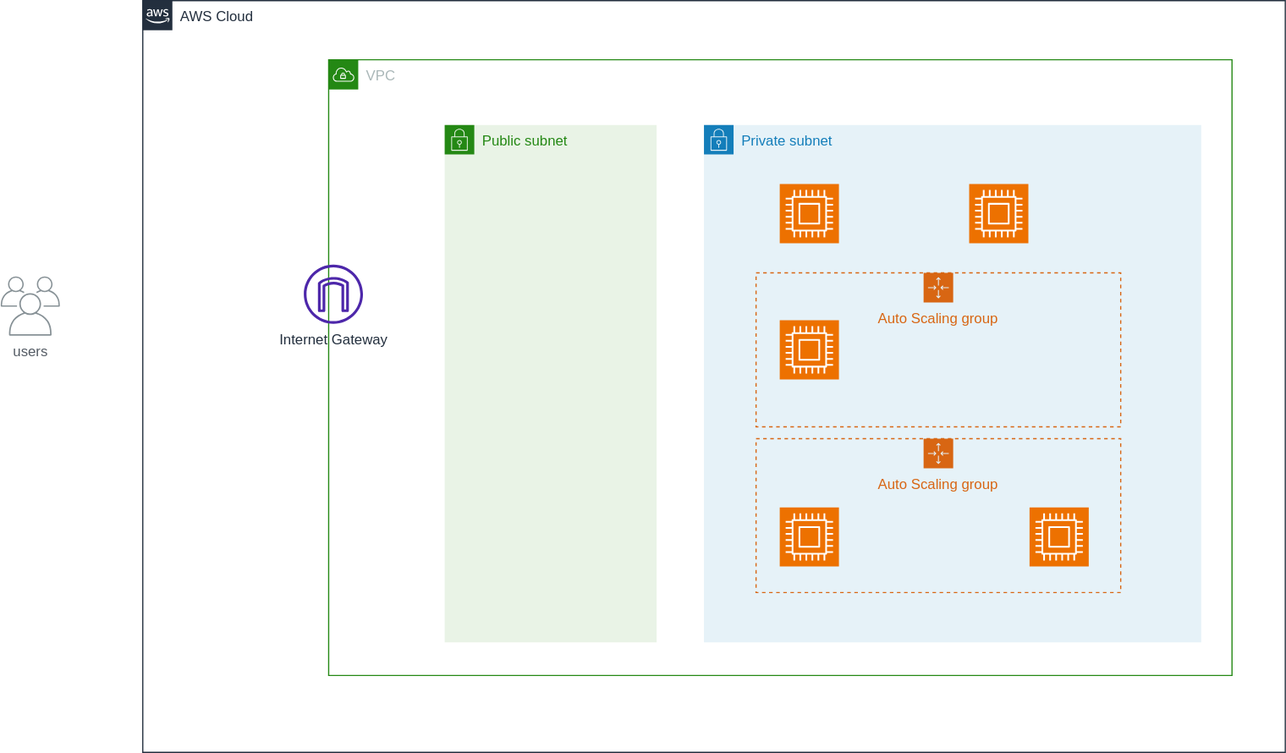
The draw.io diagram infrastructure/cdk-workspaces/workspaces/ec2-advanced/overview.drawio.svg in ishiharatma/aws-cdk-reference-architectures, before a commit. Source tidied: cells renumbered, new cells last; positions are measured from the earlier drawing's top-left corner, leaving out a move shared by most shapes. Its diagram source:
```xml
<mxGraphModel background="#ffffff">
  <root>
    <mxCell id="0" />
    <mxCell id="1" parent="0" />
    <mxCell id="2" value="AWS Cloud" style="gradientColor=none;html=1;whiteSpace=wrap;fontSize=12;fontStyle=0;shape=mxgraph.aws4.group;grIcon=mxgraph.aws4.group_aws_cloud_alt;strokeColor=#232F3E;fillColor=none;verticalAlign=top;align=left;spacingLeft=30;fontColor=#232F3E;dashed=0;" parent="1" vertex="1">
      <mxGeometry x="120" width="965" height="635" as="geometry" />
    </mxCell>
    <mxCell id="3" value="VPC" style="gradientColor=none;html=1;whiteSpace=wrap;fontSize=12;fontStyle=0;shape=mxgraph.aws4.group;grIcon=mxgraph.aws4.group_vpc;strokeColor=#248814;fillColor=none;verticalAlign=top;align=left;spacingLeft=30;fontColor=#AAB7B8;dashed=0;" parent="2" vertex="1">
      <mxGeometry x="157" y="50" width="763" height="520" as="geometry" />
    </mxCell>
    <mxCell id="4" value="Private subnet" style="gradientColor=none;html=1;whiteSpace=wrap;fontSize=12;fontStyle=0;shape=mxgraph.aws4.group;grIcon=mxgraph.aws4.group_security_group;grStroke=0;strokeColor=#147EBA;fillColor=#E6F2F8;verticalAlign=top;align=left;spacingLeft=30;fontColor=#147EBA;dashed=0;" parent="3" vertex="1">
      <mxGeometry x="317" y="55" width="420" height="437" as="geometry" />
    </mxCell>
    <mxCell id="5" value="Public subnet" style="gradientColor=none;html=1;whiteSpace=wrap;fontSize=12;fontStyle=0;shape=mxgraph.aws4.group;grIcon=mxgraph.aws4.group_security_group;grStroke=0;strokeColor=#248814;fillColor=#E9F3E6;verticalAlign=top;align=left;spacingLeft=30;fontColor=#248814;dashed=0;" parent="3" vertex="1">
      <mxGeometry x="98" y="55" width="179" height="437" as="geometry" />
    </mxCell>
    <mxCell id="6" value="Internet Gateway" style="sketch=0;fontColor=#232F3E;gradientColor=none;fillColor=#4D27AA;strokeColor=none;dashed=0;verticalLabelPosition=bottom;verticalAlign=top;align=center;html=1;fontSize=12;fontStyle=0;shape=mxgraph.aws4.internet_gateway;" parent="3" vertex="1">
      <mxGeometry x="-21" y="173" width="50" height="50" as="geometry" />
    </mxCell>
    <mxCell id="7" value="users" style="sketch=0;gradientColor=none;fontColor=#545B64;strokeColor=none;fillColor=#879196;dashed=0;verticalLabelPosition=bottom;verticalAlign=top;align=center;html=1;fontSize=12;fontStyle=0;shape=mxgraph.aws4.illustration_users;" parent="1" vertex="1">
      <mxGeometry y="233" width="50" height="50" as="geometry" />
    </mxCell>
    <mxCell id="8" style="sketch=0;fontColor=#232F3E;fillColor=#ED7100;strokeColor=#ffffff;dashed=0;verticalLabelPosition=bottom;verticalAlign=top;align=center;html=1;fontSize=12;fontStyle=0;shape=mxgraph.aws4.resourceIcon;resIcon=mxgraph.aws4.compute;" parent="1" vertex="1">
      <mxGeometry x="658" y="155" width="50" height="50" as="geometry" />
    </mxCell>
    <mxCell id="9" style="sketch=0;points=[[0,0,0],[0.25,0,0],[0.5,0,0],[0.75,0,0],[1,0,0],[0,1,0],[0.25,1,0],[0.5,1,0],[0.75,1,0],[1,1,0],[0,0.25,0],[0,0.5,0],[0,0.75,0],[1,0.25,0],[1,0.5,0],[1,0.75,0]];outlineConnect=0;fontColor=#232F3E;fillColor=#ED7100;strokeColor=#ffffff;dashed=0;verticalLabelPosition=bottom;verticalAlign=top;align=center;html=1;fontSize=12;fontStyle=0;shape=mxgraph.aws4.resourceIcon;resIcon=mxgraph.aws4.compute;" parent="1" vertex="1">
      <mxGeometry x="818" y="155" width="50" height="50" as="geometry" />
    </mxCell>
    <mxCell id="10" style="sketch=0;fontColor=#232F3E;fillColor=#ED7100;strokeColor=#ffffff;dashed=0;verticalLabelPosition=bottom;verticalAlign=top;align=center;html=1;fontSize=12;fontStyle=0;shape=mxgraph.aws4.resourceIcon;resIcon=mxgraph.aws4.compute;" parent="1" vertex="1">
      <mxGeometry x="658" y="270" width="50" height="50" as="geometry" />
    </mxCell>
    <mxCell id="11" value="Auto Scaling group" style="gradientColor=none;html=1;whiteSpace=wrap;fontSize=12;fontStyle=0;shape=mxgraph.aws4.groupCenter;grIcon=mxgraph.aws4.group_auto_scaling_group;grStroke=1;strokeColor=#D86613;fillColor=none;verticalAlign=top;align=center;fontColor=#D86613;dashed=1;spacingTop=25;" parent="1" vertex="1">
      <mxGeometry x="638" y="230" width="308" height="130" as="geometry" />
    </mxCell>
    <mxCell id="12" value="Auto Scaling group" style="points=[[0,0],[0.25,0],[0.5,0],[0.75,0],[1,0],[1,0.25],[1,0.5],[1,0.75],[1,1],[0.75,1],[0.5,1],[0.25,1],[0,1],[0,0.75],[0,0.5],[0,0.25]];outlineConnect=0;gradientColor=none;html=1;whiteSpace=wrap;fontSize=12;fontStyle=0;shape=mxgraph.aws4.groupCenter;grIcon=mxgraph.aws4.group_auto_scaling_group;grStroke=1;strokeColor=#D86613;fillColor=none;verticalAlign=top;align=center;fontColor=#D86613;dashed=1;spacingTop=25;" parent="1" vertex="1">
      <mxGeometry x="638" y="370" width="308" height="130" as="geometry" />
    </mxCell>
    <mxCell id="13" style="sketch=0;fontColor=#232F3E;fillColor=#ED7100;strokeColor=#ffffff;dashed=0;verticalLabelPosition=bottom;verticalAlign=top;align=center;html=1;fontSize=12;fontStyle=0;shape=mxgraph.aws4.resourceIcon;resIcon=mxgraph.aws4.compute;" parent="12" vertex="1">
      <mxGeometry x="20" y="58" width="50" height="50" as="geometry" />
    </mxCell>
    <mxCell id="14" style="sketch=0;fontColor=#232F3E;fillColor=#ED7100;strokeColor=#ffffff;dashed=0;verticalLabelPosition=bottom;verticalAlign=top;align=center;html=1;fontSize=12;fontStyle=0;shape=mxgraph.aws4.resourceIcon;resIcon=mxgraph.aws4.compute;" parent="12" vertex="1">
      <mxGeometry x="231" y="58" width="50" height="50" as="geometry" />
    </mxCell>
  </root>
</mxGraphModel>
```
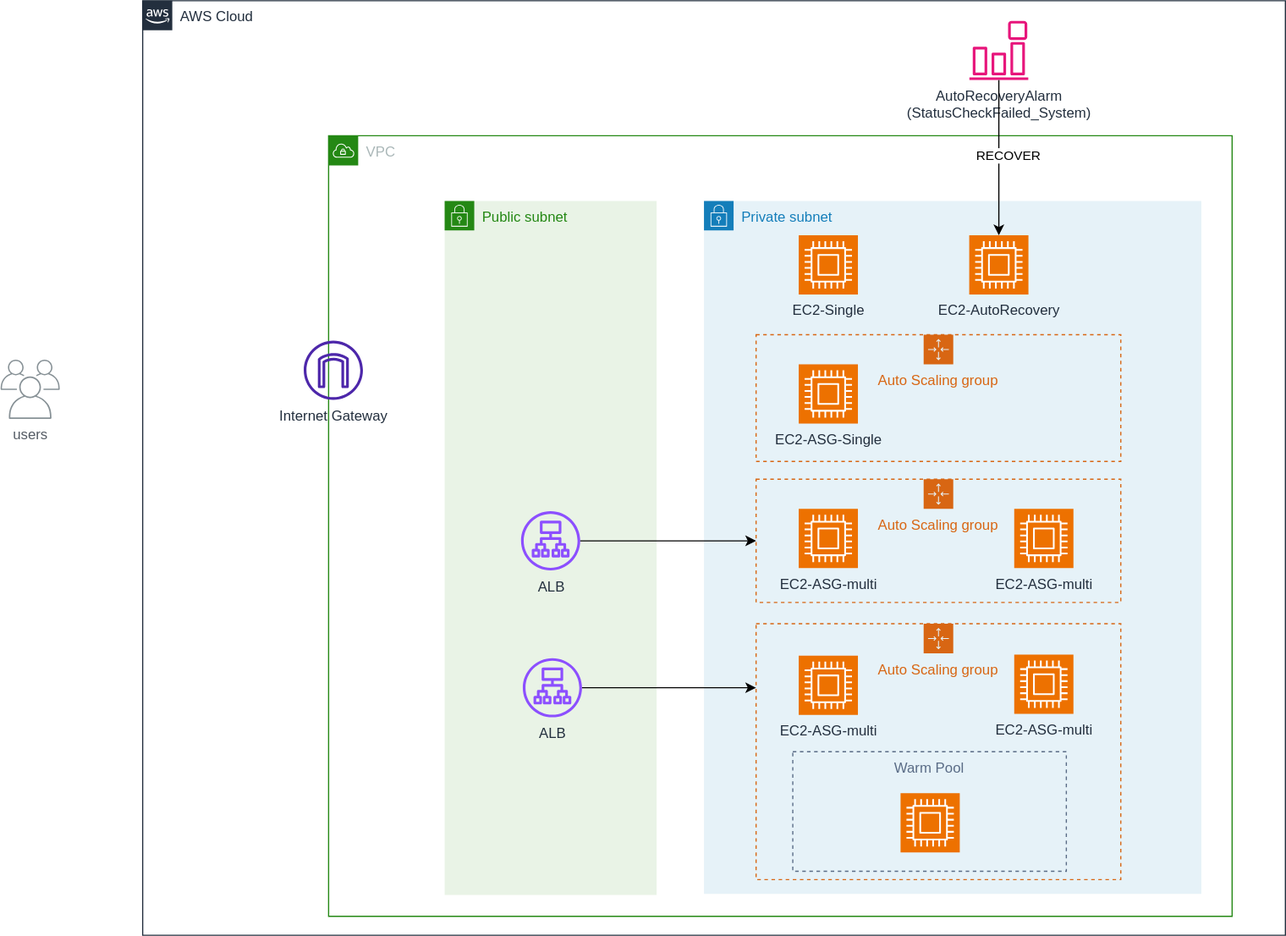
After the change.

What changed in the source:
```diff
@@ -3,43 +3,79 @@
     <mxCell id="0" />
     <mxCell id="1" parent="0" />
     <mxCell id="2" value="AWS Cloud" style="gradientColor=none;html=1;whiteSpace=wrap;fontSize=12;fontStyle=0;shape=mxgraph.aws4.group;grIcon=mxgraph.aws4.group_aws_cloud_alt;strokeColor=#232F3E;fillColor=none;verticalAlign=top;align=left;spacingLeft=30;fontColor=#232F3E;dashed=0;" parent="1" vertex="1">
-      <mxGeometry x="120" width="965" height="635" as="geometry" />
+      <mxGeometry x="120" y="-70" width="965" height="789" as="geometry" />
     </mxCell>
     <mxCell id="3" value="VPC" style="gradientColor=none;html=1;whiteSpace=wrap;fontSize=12;fontStyle=0;shape=mxgraph.aws4.group;grIcon=mxgraph.aws4.group_vpc;strokeColor=#248814;fillColor=none;verticalAlign=top;align=left;spacingLeft=30;fontColor=#AAB7B8;dashed=0;" parent="2" vertex="1">
-      <mxGeometry x="157" y="50" width="763" height="520" as="geometry" />
+      <mxGeometry x="157" y="114" width="763" height="659" as="geometry" />
     </mxCell>
     <mxCell id="4" value="Private subnet" style="gradientColor=none;html=1;whiteSpace=wrap;fontSize=12;fontStyle=0;shape=mxgraph.aws4.group;grIcon=mxgraph.aws4.group_security_group;grStroke=0;strokeColor=#147EBA;fillColor=#E6F2F8;verticalAlign=top;align=left;spacingLeft=30;fontColor=#147EBA;dashed=0;" parent="3" vertex="1">
-      <mxGeometry x="317" y="55" width="420" height="437" as="geometry" />
+      <mxGeometry x="317" y="55" width="420" height="585" as="geometry" />
     </mxCell>
-    <mxCell id="5" value="Public subnet" style="gradientColor=none;html=1;whiteSpace=wrap;fontSize=12;fontStyle=0;shape=mxgraph.aws4.group;grIcon=mxgraph.aws4.group_security_group;grStroke=0;strokeColor=#248814;fillColor=#E9F3E6;verticalAlign=top;align=left;spacingLeft=30;fontColor=#248814;dashed=0;" parent="3" vertex="1">
-      <mxGeometry x="98" y="55" width="179" height="437" as="geometry" />
-    </mxCell>
-    <mxCell id="6" value="Internet Gateway" style="sketch=0;fontColor=#232F3E;gradientColor=none;fillColor=#4D27AA;strokeColor=none;dashed=0;verticalLabelPosition=bottom;verticalAlign=top;align=center;html=1;fontSize=12;fontStyle=0;shape=mxgraph.aws4.internet_gateway;" parent="3" vertex="1">
-      <mxGeometry x="-21" y="173" width="50" height="50" as="geometry" />
-    </mxCell>
-    <mxCell id="7" value="users" style="sketch=0;gradientColor=none;fontColor=#545B64;strokeColor=none;fillColor=#879196;dashed=0;verticalLabelPosition=bottom;verticalAlign=top;align=center;html=1;fontSize=12;fontStyle=0;shape=mxgraph.aws4.illustration_users;" parent="1" vertex="1">
-      <mxGeometry y="233" width="50" height="50" as="geometry" />
-    </mxCell>
+    <mxCell id="15" value="Auto Scaling group" style="points=[[0,0],[0.25,0],[0.5,0],[0.75,0],[1,0],[1,0.25],[1,0.5],[1,0.75],[1,1],[0.75,1],[0.5,1],[0.25,1],[0,1],[0,0.75],[0,0.5],[0,0.25]];outlineConnect=0;gradientColor=none;html=1;whiteSpace=wrap;fontSize=12;fontStyle=0;shape=mxgraph.aws4.groupCenter;grIcon=mxgraph.aws4.group_auto_scaling_group;grStroke=1;strokeColor=#D86613;fillColor=none;verticalAlign=top;align=center;fontColor=#D86613;dashed=1;spacingTop=25;" parent="4" vertex="1">
+      <mxGeometry x="44" y="357" width="308" height="216" as="geometry" />
+    </mxCell>
+    <mxCell id="16" value="&lt;span style=&quot;color: rgb(35, 47, 62);&quot;&gt;EC2-ASG-multi&lt;/span&gt;" style="sketch=0;fontColor=#232F3E;fillColor=#ED7100;strokeColor=#ffffff;dashed=0;verticalLabelPosition=bottom;verticalAlign=top;align=center;html=1;fontSize=12;fontStyle=0;shape=mxgraph.aws4.resourceIcon;resIcon=mxgraph.aws4.compute;" parent="15" vertex="1">
+      <mxGeometry x="218" y="26" width="50" height="50" as="geometry" />
+    </mxCell>
+    <mxCell id="17" value="&lt;span style=&quot;color: rgb(35, 47, 62);&quot;&gt;EC2-ASG-multi&lt;/span&gt;" style="sketch=0;fontColor=#232F3E;fillColor=#ED7100;strokeColor=#ffffff;dashed=0;verticalLabelPosition=bottom;verticalAlign=top;align=center;html=1;fontSize=12;fontStyle=0;shape=mxgraph.aws4.resourceIcon;resIcon=mxgraph.aws4.compute;" parent="15" vertex="1">
+      <mxGeometry x="36" y="27" width="50" height="50" as="geometry" />
+    </mxCell>
-    <mxCell id="8" style="sketch=0;fontColor=#232F3E;fillColor=#ED7100;strokeColor=#ffffff;dashed=0;verticalLabelPosition=bottom;verticalAlign=top;align=center;html=1;fontSize=12;fontStyle=0;shape=mxgraph.aws4.resourceIcon;resIcon=mxgraph.aws4.compute;" parent="1" vertex="1">
-      <mxGeometry x="658" y="155" width="50" height="50" as="geometry" />
+    <mxCell id="8" value="EC2-Single" style="sketch=0;fontColor=#232F3E;fillColor=#ED7100;strokeColor=#ffffff;dashed=0;verticalLabelPosition=bottom;verticalAlign=top;align=center;html=1;fontSize=12;fontStyle=0;shape=mxgraph.aws4.resourceIcon;resIcon=mxgraph.aws4.compute;" parent="4" vertex="1">
+      <mxGeometry x="80" y="29" width="50" height="50" as="geometry" />
     </mxCell>
-    <mxCell id="9" style="sketch=0;points=[[0,0,0],[0.25,0,0],[0.5,0,0],[0.75,0,0],[1,0,0],[0,1,0],[0.25,1,0],[0.5,1,0],[0.75,1,0],[1,1,0],[0,0.25,0],[0,0.5,0],[0,0.75,0],[1,0.25,0],[1,0.5,0],[1,0.75,0]];outlineConnect=0;fontColor=#232F3E;fillColor=#ED7100;strokeColor=#ffffff;dashed=0;verticalLabelPosition=bottom;verticalAlign=top;align=center;html=1;fontSize=12;fontStyle=0;shape=mxgraph.aws4.resourceIcon;resIcon=mxgraph.aws4.compute;" parent="1" vertex="1">
-      <mxGeometry x="818" y="155" width="50" height="50" as="geometry" />
+    <mxCell id="9" value="EC2-AutoRecovery" style="sketch=0;points=[[0,0,0],[0.25,0,0],[0.5,0,0],[0.75,0,0],[1,0,0],[0,1,0],[0.25,1,0],[0.5,1,0],[0.75,1,0],[1,1,0],[0,0.25,0],[0,0.5,0],[0,0.75,0],[1,0.25,0],[1,0.5,0],[1,0.75,0]];outlineConnect=0;fontColor=#232F3E;fillColor=#ED7100;strokeColor=#ffffff;dashed=0;verticalLabelPosition=bottom;verticalAlign=top;align=center;html=1;fontSize=12;fontStyle=0;shape=mxgraph.aws4.resourceIcon;resIcon=mxgraph.aws4.compute;" parent="4" vertex="1">
+      <mxGeometry x="224" y="29" width="50" height="50" as="geometry" />
     </mxCell>
+    <mxCell id="11" value="Auto Scaling group" style="gradientColor=none;html=1;whiteSpace=wrap;fontSize=12;fontStyle=0;shape=mxgraph.aws4.groupCenter;grIcon=mxgraph.aws4.group_auto_scaling_group;grStroke=1;strokeColor=#D86613;fillColor=none;verticalAlign=top;align=center;fontColor=#D86613;dashed=1;spacingTop=25;" parent="4" vertex="1">
+      <mxGeometry x="44" y="113" width="308" height="107" as="geometry" />
+    </mxCell>
-    <mxCell id="10" style="sketch=0;fontColor=#232F3E;fillColor=#ED7100;strokeColor=#ffffff;dashed=0;verticalLabelPosition=bottom;verticalAlign=top;align=center;html=1;fontSize=12;fontStyle=0;shape=mxgraph.aws4.resourceIcon;resIcon=mxgraph.aws4.compute;" parent="1" vertex="1">
-      <mxGeometry x="658" y="270" width="50" height="50" as="geometry" />
+    <mxCell id="10" value="EC2-ASG-Single" style="sketch=0;fontColor=#232F3E;fillColor=#ED7100;strokeColor=#ffffff;dashed=0;verticalLabelPosition=bottom;verticalAlign=top;align=center;html=1;fontSize=12;fontStyle=0;shape=mxgraph.aws4.resourceIcon;resIcon=mxgraph.aws4.compute;" parent="11" vertex="1">
+      <mxGeometry x="36" y="25" width="50" height="50" as="geometry" />
     </mxCell>
-    <mxCell id="11" value="Auto Scaling group" style="gradientColor=none;html=1;whiteSpace=wrap;fontSize=12;fontStyle=0;shape=mxgraph.aws4.groupCenter;grIcon=mxgraph.aws4.group_auto_scaling_group;grStroke=1;strokeColor=#D86613;fillColor=none;verticalAlign=top;align=center;fontColor=#D86613;dashed=1;spacingTop=25;" parent="1" vertex="1">
-      <mxGeometry x="638" y="230" width="308" height="130" as="geometry" />
-    </mxCell>
-    <mxCell id="12" value="Auto Scaling group" style="points=[[0,0],[0.25,0],[0.5,0],[0.75,0],[1,0],[1,0.25],[1,0.5],[1,0.75],[1,1],[0.75,1],[0.5,1],[0.25,1],[0,1],[0,0.75],[0,0.5],[0,0.25]];outlineConnect=0;gradientColor=none;html=1;whiteSpace=wrap;fontSize=12;fontStyle=0;shape=mxgraph.aws4.groupCenter;grIcon=mxgraph.aws4.group_auto_scaling_group;grStroke=1;strokeColor=#D86613;fillColor=none;verticalAlign=top;align=center;fontColor=#D86613;dashed=1;spacingTop=25;" parent="1" vertex="1">
-      <mxGeometry x="638" y="370" width="308" height="130" as="geometry" />
+    <mxCell id="12" value="Auto Scaling group" style="points=[[0,0],[0.25,0],[0.5,0],[0.75,0],[1,0],[1,0.25],[1,0.5],[1,0.75],[1,1],[0.75,1],[0.5,1],[0.25,1],[0,1],[0,0.75],[0,0.5],[0,0.25]];outlineConnect=0;gradientColor=none;html=1;whiteSpace=wrap;fontSize=12;fontStyle=0;shape=mxgraph.aws4.groupCenter;grIcon=mxgraph.aws4.group_auto_scaling_group;grStroke=1;strokeColor=#D86613;fillColor=none;verticalAlign=top;align=center;fontColor=#D86613;dashed=1;spacingTop=25;" parent="4" vertex="1">
+      <mxGeometry x="44" y="235" width="308" height="104" as="geometry" />
     </mxCell>
-    <mxCell id="13" style="sketch=0;fontColor=#232F3E;fillColor=#ED7100;strokeColor=#ffffff;dashed=0;verticalLabelPosition=bottom;verticalAlign=top;align=center;html=1;fontSize=12;fontStyle=0;shape=mxgraph.aws4.resourceIcon;resIcon=mxgraph.aws4.compute;" parent="12" vertex="1">
-      <mxGeometry x="20" y="58" width="50" height="50" as="geometry" />
+    <mxCell id="13" value="&lt;span style=&quot;color: rgb(35, 47, 62);&quot;&gt;EC2-ASG-multi&lt;/span&gt;" style="sketch=0;fontColor=#232F3E;fillColor=#ED7100;strokeColor=#ffffff;dashed=0;verticalLabelPosition=bottom;verticalAlign=top;align=center;html=1;fontSize=12;fontStyle=0;shape=mxgraph.aws4.resourceIcon;resIcon=mxgraph.aws4.compute;" parent="12" vertex="1">
+      <mxGeometry x="36" y="25" width="50" height="50" as="geometry" />
     </mxCell>
-    <mxCell id="14" style="sketch=0;fontColor=#232F3E;fillColor=#ED7100;strokeColor=#ffffff;dashed=0;verticalLabelPosition=bottom;verticalAlign=top;align=center;html=1;fontSize=12;fontStyle=0;shape=mxgraph.aws4.resourceIcon;resIcon=mxgraph.aws4.compute;" parent="12" vertex="1">
-      <mxGeometry x="231" y="58" width="50" height="50" as="geometry" />
+    <mxCell id="14" value="&lt;span style=&quot;color: rgb(35, 47, 62);&quot;&gt;EC2-ASG-multi&lt;/span&gt;" style="sketch=0;fontColor=#232F3E;fillColor=#ED7100;strokeColor=#ffffff;dashed=0;verticalLabelPosition=bottom;verticalAlign=top;align=center;html=1;fontSize=12;fontStyle=0;shape=mxgraph.aws4.resourceIcon;resIcon=mxgraph.aws4.compute;" parent="12" vertex="1">
+      <mxGeometry x="218" y="25" width="50" height="50" as="geometry" />
     </mxCell>
+    <mxCell id="5" value="Public subnet" style="gradientColor=none;html=1;whiteSpace=wrap;fontSize=12;fontStyle=0;shape=mxgraph.aws4.group;grIcon=mxgraph.aws4.group_security_group;grStroke=0;strokeColor=#248814;fillColor=#E9F3E6;verticalAlign=top;align=left;spacingLeft=30;fontColor=#248814;dashed=0;" parent="3" vertex="1">
+      <mxGeometry x="98" y="55" width="179" height="586" as="geometry" />
+    </mxCell>
+    <mxCell id="18" value="ALB" style="sketch=0;outlineConnect=0;fontColor=#232F3E;gradientColor=none;fillColor=#8C4FFF;strokeColor=none;dashed=0;verticalLabelPosition=bottom;verticalAlign=top;align=center;html=1;fontSize=12;fontStyle=0;shape=mxgraph.aws4.application_load_balancer;" parent="5" vertex="1">
+      <mxGeometry x="64.5" y="262" width="50" height="50" as="geometry" />
+    </mxCell>
+    <mxCell id="19" value="ALB" style="sketch=0;outlineConnect=0;fontColor=#232F3E;gradientColor=none;fillColor=#8C4FFF;strokeColor=none;dashed=0;verticalLabelPosition=bottom;verticalAlign=top;align=center;html=1;fontSize=12;fontStyle=0;shape=mxgraph.aws4.application_load_balancer;" parent="5" vertex="1">
+      <mxGeometry x="66" y="386" width="50" height="50" as="geometry" />
+    </mxCell>
+    <mxCell id="6" value="Internet Gateway" style="sketch=0;fontColor=#232F3E;gradientColor=none;fillColor=#4D27AA;strokeColor=none;dashed=0;verticalLabelPosition=bottom;verticalAlign=top;align=center;html=1;fontSize=12;fontStyle=0;shape=mxgraph.aws4.internet_gateway;" parent="3" vertex="1">
+      <mxGeometry x="-21" y="173" width="50" height="50" as="geometry" />
+    </mxCell>
+    <mxCell id="20" style="edgeStyle=none;html=1;entryX=0;entryY=0.5;entryDx=0;entryDy=0;" parent="3" edge="1" source="18" target="12">
+      <mxGeometry relative="1" as="geometry" />
+    </mxCell>
+    <mxCell id="21" style="edgeStyle=none;html=1;entryX=0;entryY=0.25;entryDx=0;entryDy=0;" parent="3" edge="1" source="19" target="15">
+      <mxGeometry relative="1" as="geometry" />
+    </mxCell>
+    <mxCell id="22" value="AutoRecoveryAlarm&lt;div&gt;(StatusCheckFailed_System)&lt;/div&gt;" style="sketch=0;outlineConnect=0;fontColor=#232F3E;gradientColor=none;fillColor=#E7157B;strokeColor=none;dashed=0;verticalLabelPosition=bottom;verticalAlign=top;align=center;html=1;fontSize=12;fontStyle=0;shape=mxgraph.aws4.event_event_based;" parent="2" vertex="1">
+      <mxGeometry x="698" y="17" width="50" height="50" as="geometry" />
+    </mxCell>
+    <mxCell id="23" style="edgeStyle=none;html=1;" parent="2" edge="1" source="22" target="9">
+      <mxGeometry relative="1" as="geometry" />
+    </mxCell>
+    <mxCell id="24" value="RECOVER" style="edgeLabel;html=1;align=center;verticalAlign=middle;" parent="23" vertex="1">
+      <mxGeometry x="-0.05" y="7" relative="1" as="geometry" />
+    </mxCell>
+    <mxCell id="7" value="users" style="sketch=0;gradientColor=none;fontColor=#545B64;strokeColor=none;fillColor=#879196;dashed=0;verticalLabelPosition=bottom;verticalAlign=top;align=center;html=1;fontSize=12;fontStyle=0;shape=mxgraph.aws4.illustration_users;" parent="1" vertex="1">
+      <mxGeometry y="233" width="50" height="50" as="geometry" />
+    </mxCell>
+    <mxCell id="25" value="Warm Pool" style="fillColor=none;strokeColor=#5A6C86;dashed=1;verticalAlign=top;fontStyle=0;fontColor=#5A6C86;whiteSpace=wrap;html=1;" parent="1" vertex="1">
+      <mxGeometry x="669" y="564" width="231" height="101" as="geometry" />
+    </mxCell>
+    <mxCell id="26" style="sketch=0;fontColor=#232F3E;fillColor=#ED7100;strokeColor=#ffffff;dashed=0;verticalLabelPosition=bottom;verticalAlign=top;align=center;html=1;fontSize=12;fontStyle=0;shape=mxgraph.aws4.resourceIcon;resIcon=mxgraph.aws4.compute;" parent="1" vertex="1">
+      <mxGeometry x="760" y="599" width="50" height="50" as="geometry" />
+    </mxCell>
   </root>
 </mxGraphModel>
```
